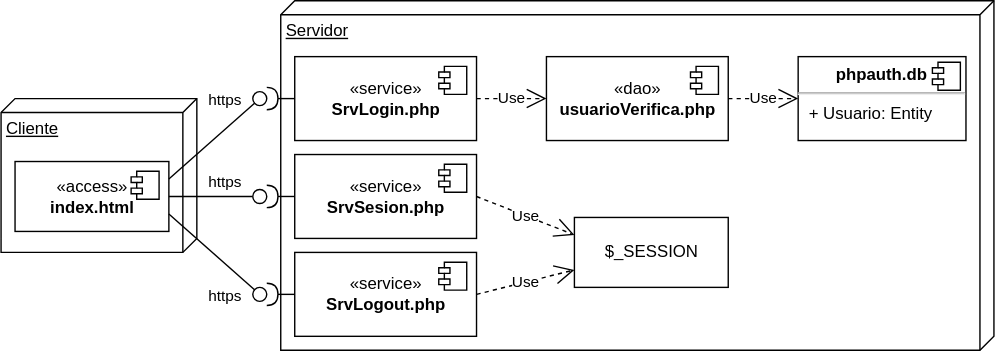
The draw.io diagram img/m04sesion/sesiondistribucion.drawio.svg in gilpgdm/gilpgdm.github.io, before a commit. Source tidied: cells renumbered, new cells last; positions are measured from the earlier drawing's top-left corner, leaving out a move shared by most shapes.
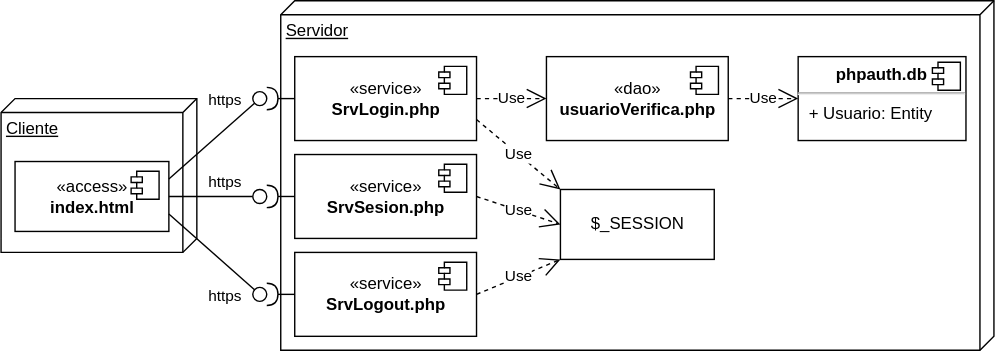
Above is the later version.

The edit, as a diff of the source:
```diff
@@ -84,10 +84,10 @@
     <mxCell id="23" value="Use" style="endArrow=open;endSize=12;dashed=1;html=1;rounded=0;entryX=0;entryY=0.5;entryDx=0;entryDy=0;exitX=1;exitY=0.5;exitDx=0;exitDy=0;" parent="1" edge="1" source="6" target="12">
       <mxGeometry relative="1" as="geometry" />
     </mxCell>
-    <mxCell id="24" value="Use" style="endArrow=open;endSize=12;dashed=1;html=1;rounded=0;entryX=0;entryY=0.25;entryDx=0;entryDy=0;exitX=1;exitY=0.5;exitDx=0;exitDy=0;" parent="1" edge="1" source="8" target="29">
+    <mxCell id="24" value="Use" style="endArrow=open;endSize=12;dashed=1;html=1;rounded=0;entryX=0;entryY=0.5;entryDx=0;entryDy=0;exitX=1;exitY=0.5;exitDx=0;exitDy=0;" parent="1" edge="1" source="8" target="29">
       <mxGeometry relative="1" as="geometry" />
     </mxCell>
-    <mxCell id="25" value="Use" style="endArrow=open;endSize=12;dashed=1;html=1;rounded=0;entryX=0;entryY=0.75;entryDx=0;entryDy=0;exitX=1;exitY=0.5;exitDx=0;exitDy=0;" parent="1" edge="1" source="10" target="29">
+    <mxCell id="25" value="Use" style="endArrow=open;endSize=12;dashed=1;html=1;rounded=0;entryX=0;entryY=1;entryDx=0;entryDy=0;exitX=1;exitY=0.5;exitDx=0;exitDy=0;" parent="1" edge="1" source="10" target="29">
       <mxGeometry relative="1" as="geometry" />
     </mxCell>
     <mxCell id="26" value="Use" style="endArrow=open;endSize=12;dashed=1;html=1;rounded=0;entryX=0;entryY=0.5;entryDx=0;entryDy=0;exitX=1;exitY=0.5;exitDx=0;exitDy=0;" parent="1" edge="1" source="12" target="27">
@@ -102,7 +102,10 @@
       </mxGeometry>
     </mxCell>
     <mxCell id="29" value="$_SESSION" style="html=1;" parent="1" vertex="1">
-      <mxGeometry x="410" y="155" width="110" height="50" as="geometry" />
+      <mxGeometry x="400" y="135" width="110" height="50" as="geometry" />
     </mxCell>
+    <mxCell id="30" value="Use" style="endArrow=open;endSize=12;dashed=1;html=1;rounded=0;exitX=1;exitY=0.75;exitDx=0;exitDy=0;entryX=0;entryY=0;entryDx=0;entryDy=0;" parent="1" edge="1" source="6" target="29">
+      <mxGeometry relative="1" as="geometry" />
+    </mxCell>
   </root>
 </mxGraphModel>
```
